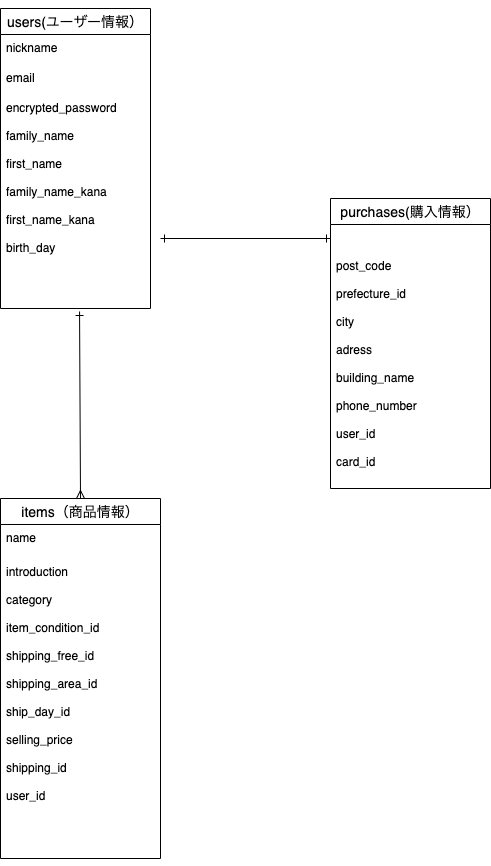
The draw.io diagram test.drawio.png in noname2601/furima-35213, before a commit. Source tidied: cells renumbered, new cells last; positions are measured from the earlier drawing's top-left corner, leaving out a move shared by most shapes.
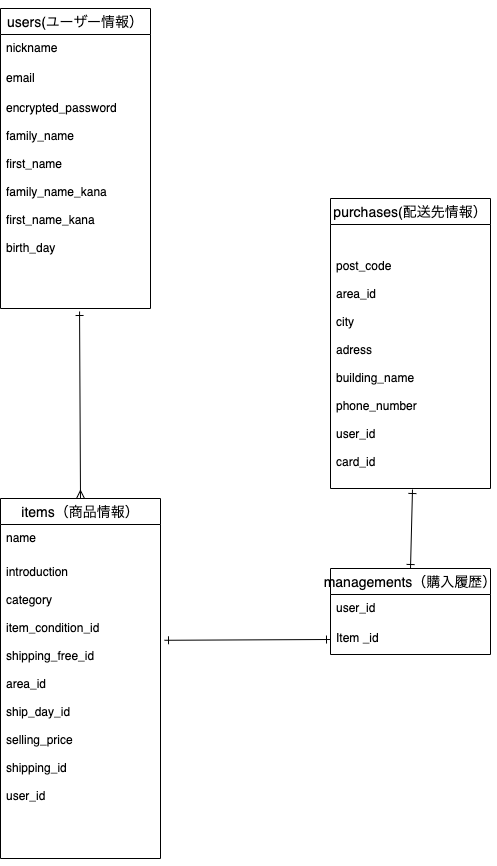
Later version of the same file.

Diff of the diagram source:
```diff
@@ -19,10 +19,10 @@
     <mxCell id="6" value="encrypted_password&#10;&#10;family_name&#10;&#10;first_name&#10;&#10;family_name_kana&#10;&#10;first_name_kana&#10;&#10;birth_day&#10;&#10;&#10;&#10;&#10;&#10;&#10;&#10;&#10;&#10;&#10;&#10;&#10;&#10;" style="text;strokeColor=none;fillColor=none;spacingLeft=4;spacingRight=4;overflow=hidden;points=[[0,0.5],[1,0.5]];portConstraint=eastwest;fontSize=12;" parent="3" vertex="1">
       <mxGeometry y="86" width="150" height="214" as="geometry" />
     </mxCell>
-    <mxCell id="7" value="purchases(購入情報）" style="swimlane;fontStyle=0;horizontal=1;startSize=26;align=center;fontSize=14;" parent="1" vertex="1">
+    <mxCell id="7" value="purchases(配送先情報）" style="swimlane;fontStyle=0;horizontal=1;startSize=26;align=center;fontSize=14;" parent="1" vertex="1">
       <mxGeometry x="330" y="190" width="160" height="290" as="geometry" />
     </mxCell>
-    <mxCell id="8" value="&#10;&#10;post_code&#10;&#10;prefecture_id&#10;&#10;city&#10;&#10;adress&#10;&#10;building_name&#10;&#10;phone_number&#10;&#10;user_id&#10;&#10;card_id&#10;&#10;&#10;&#10;" style="text;strokeColor=none;fillColor=none;spacingLeft=4;spacingRight=4;overflow=hidden;fontSize=12;" parent="7" vertex="1">
+    <mxCell id="8" value="&#10;&#10;post_code&#10;&#10;area_id&#10;&#10;city&#10;&#10;adress&#10;&#10;building_name&#10;&#10;phone_number&#10;&#10;user_id&#10;&#10;card_id&#10;&#10;&#10;&#10;" style="text;strokeColor=none;fillColor=none;spacingLeft=4;spacingRight=4;overflow=hidden;fontSize=12;" parent="7" vertex="1">
       <mxGeometry y="26" width="160" height="264" as="geometry" />
     </mxCell>
     <mxCell id="9" style="edgeStyle=none;rounded=0;jettySize=auto;html=1;exitX=0.5;exitY=0;exitDx=0;exitDy=0;startArrow=ERmany;startFill=0;endArrow=ERone;endFill=0;targetPerimeterSpacing=6;sourcePerimeterSpacing=6;entryX=0.527;entryY=1.014;entryDx=0;entryDy=0;entryPerimeter=0;" parent="1" edge="1" source="10" target="6">
@@ -34,14 +34,25 @@
     <mxCell id="11" value="name" style="text;strokeColor=none;fillColor=none;spacingLeft=4;spacingRight=4;overflow=hidden;fontSize=12;" parent="10" vertex="1">
       <mxGeometry y="26" width="160" height="334" as="geometry" />
     </mxCell>
-    <mxCell id="12" style="edgeStyle=orthogonalEdgeStyle;rounded=0;orthogonalLoop=1;jettySize=auto;html=1;exitX=0;exitY=0.5;exitDx=0;exitDy=0;endArrow=ERone;endFill=0;startArrow=ERone;startFill=0;" parent="1" edge="1">
-      <mxGeometry relative="1" as="geometry">
-        <mxPoint x="330" y="230" as="sourcePoint" />
-        <mxPoint x="160" y="230" as="targetPoint" />
-      </mxGeometry>
-    </mxCell>
-    <mxCell id="13" value="introduction&#10;&#10;category&#10;&#10;item_condition_id&#10;&#10;shipping_free_id&#10;&#10;shipping_area_id&#10;&#10;ship_day_id&#10;&#10;selling_price&#10;&#10;shipping_id&#10;&#10;user_id" style="text;strokeColor=none;fillColor=none;spacingLeft=4;spacingRight=4;overflow=hidden;points=[[0,0.5],[1,0.5]];portConstraint=eastwest;fontSize=12;" parent="1" vertex="1">
+    <mxCell id="13" value="introduction&#10;&#10;category&#10;&#10;item_condition_id&#10;&#10;shipping_free_id&#10;&#10;area_id&#10;&#10;ship_day_id&#10;&#10;selling_price&#10;&#10;shipping_id&#10;&#10;user_id" style="text;strokeColor=none;fillColor=none;spacingLeft=4;spacingRight=4;overflow=hidden;points=[[0,0.5],[1,0.5]];portConstraint=eastwest;fontSize=12;" parent="1" vertex="1">
       <mxGeometry y="550" width="160" height="304" as="geometry" />
     </mxCell>
+    <mxCell id="14" style="edgeStyle=none;rounded=0;jettySize=auto;html=1;exitX=0.5;exitY=0;exitDx=0;exitDy=0;startArrow=ERone;startFill=0;sourcePerimeterSpacing=6;endArrow=ERone;endFill=0;targetPerimeterSpacing=6;" parent="1" edge="1" source="15">
+      <mxGeometry relative="1" as="geometry">
+        <mxPoint x="412" y="481" as="targetPoint" />
+      </mxGeometry>
+    </mxCell>
+    <mxCell id="15" value="managements（購入履歴）" style="swimlane;fontStyle=0;horizontal=1;startSize=26;align=center;fontSize=14;" parent="1" vertex="1">
+      <mxGeometry x="330" y="560" width="160" height="86" as="geometry" />
+    </mxCell>
+    <mxCell id="16" value="user_id" style="text;strokeColor=none;fillColor=none;spacingLeft=4;spacingRight=4;overflow=hidden;fontSize=12;" parent="15" vertex="1">
+      <mxGeometry y="26" width="160" height="30" as="geometry" />
+    </mxCell>
+    <mxCell id="17" value="Item _id" style="text;strokeColor=none;fillColor=none;spacingLeft=4;spacingRight=4;overflow=hidden;points=[[0,0.5],[1,0.5]];portConstraint=eastwest;fontSize=12;" parent="15" vertex="1">
+      <mxGeometry y="56" width="160" height="30" as="geometry" />
+    </mxCell>
+    <mxCell id="18" style="edgeStyle=none;rounded=0;jettySize=auto;html=1;exitX=0;exitY=0.5;exitDx=0;exitDy=0;entryX=1.025;entryY=0.269;entryDx=0;entryDy=0;entryPerimeter=0;startArrow=ERone;startFill=0;sourcePerimeterSpacing=6;endArrow=ERone;endFill=0;targetPerimeterSpacing=6;" parent="1" edge="1" source="17" target="13">
+      <mxGeometry relative="1" as="geometry" />
+    </mxCell>
   </root>
 </mxGraphModel>
```
